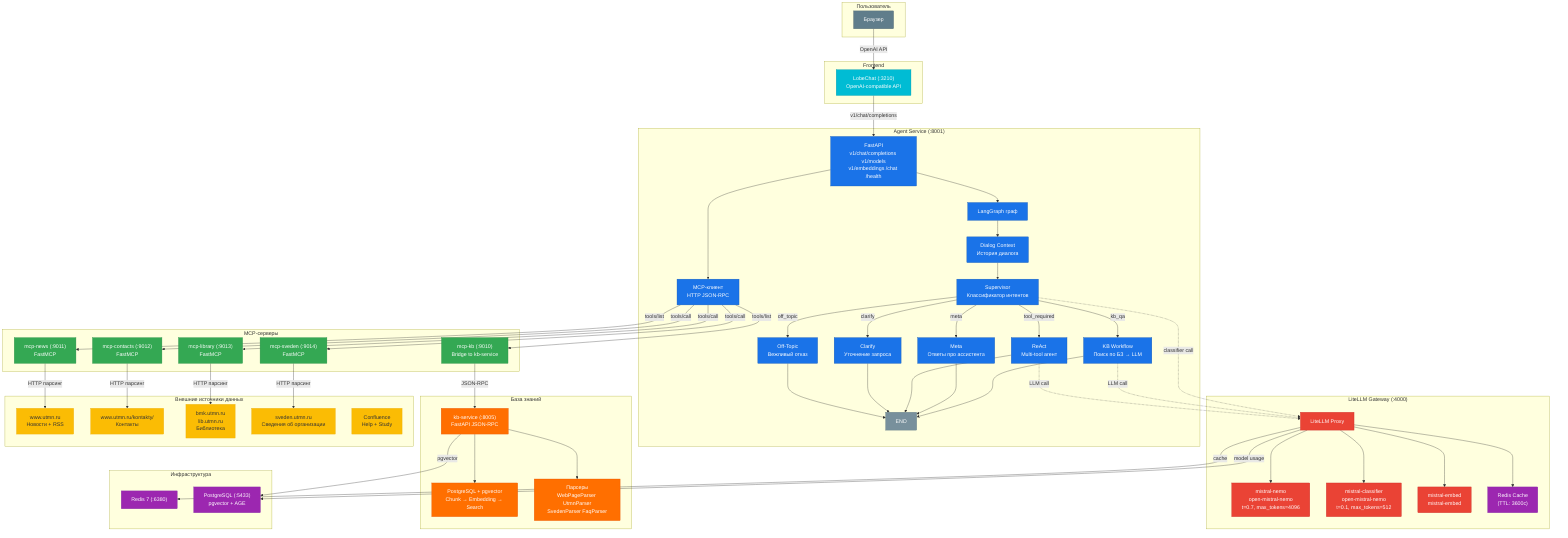
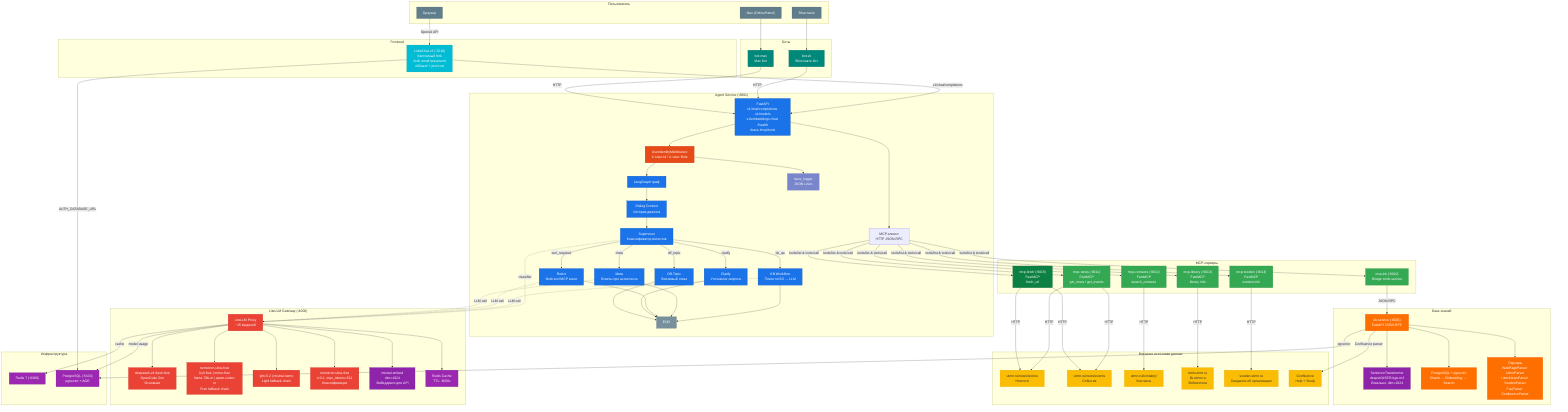
graph TB
    subgraph User["Пользователь"]
        Browser["Браузер"]
+         VK["ВКонтакте"]
+         MaxChat["Max (OnlinePatrol)"]
    end

    subgraph Frontend["Frontend"]
-         LobeChat["LobeChat (:3210)<br/>OpenAI-compatible API"]
+         LobeChat["LobeChat v3 (:3210)<br/>Кастомный fork<br/>Auth email+password<br/>#00aeef + pixel cat"]
    end

    subgraph AgentService["Agent Service (:8001)"]
-         FastAPI["FastAPI<br/>v1/chat/completions v1/models<br/>v1/embeddings /chat /health"]
+         FastAPI["FastAPI<br/>v1/chat/completions v1/models<br/>v1/embeddings /chat /health<br/>/trace /mcp/tools"]
+         MW["UserIdentityMiddleware<br/>X-User-Id / X-User-Role"]
        LangGraph["LangGraph граф"]
        Supervisor["Supervisor<br/>Классификатор интентов"]
        KB_Workflow["KB Workflow<br/>Поиск по БЗ → LLM"]
        Meta["Meta<br/>Ответы про ассистента"]
-         ReAct["ReAct<br/>Multi-tool агент"]
+         ReAct["ReAct<br/>Multi-tool MCP агент"]
        Clarify["Clarify<br/>Уточнение запроса"]
        OffTopic["Off-Topic<br/>Вежливый отказ"]
        MCP_Client["MCP-клиент<br/>HTTP JSON-RPC"]
        Dialog["Dialog Context<br/>История диалога"]
+         Traces["trace_logger<br/>JSON Lines"]

-         FastAPI --> LangGraph
+         FastAPI --> MW
+         MW --> LangGraph
+         MW --> Traces
        LangGraph --> Dialog
        Dialog --> Supervisor
        Supervisor -->|kb_qa| KB_Workflow
        Supervisor -->|meta| Meta
        Supervisor -->|tool_required| ReAct
        Supervisor -->|clarify| Clarify
        Supervisor -->|off_topic| OffTopic
        KB_Workflow --> END["END"]
        Meta --> END
        ReAct --> END
        Clarify --> END
        OffTopic --> END

        FastAPI --> MCP_Client
    end

    subgraph LLM["LiteLLM Gateway (:4000)"]
-         LiteLLM["LiteLLM Proxy"]
-         Model_Nemo["mistral-nemo<br/>open-mistral-nemo<br/>t=0.7, max_tokens=4096"]
-         Model_Classifier["mistral-classifier<br/>open-mistral-nemo<br/>t=0.1, max_tokens=512"]
-         Model_Embed["mistral-embed<br/>mistral-embed"]
-         Redis_Cache["Redis Cache<br/>(TTL: 3600с)"]
+         LiteLLM["LiteLLM Proxy<br/>~15 моделей"]
+         Primary["deepseek-v4-flash-free<br/>OpenCode Zen<br/>Основная"]
+         Fallback_Free["nemotron-ultra-free<br/>hy3-free | mimo-free<br/>llama-70b-or | qwen-coder-or<br/>Free fallback chain"]
+         Fallback_Light["glm-5.2 | mistral-nemo<br/>Light fallback chain"]
+         Classifier_LLM["nemotron-ultra-free<br/>t=0.1, max_tokens=512<br/>Классификация"]
+         Embed_LLM["mistral-embed<br/>dim=1024<br/>Эмбеддинги для API"]
+         Redis_Cache["Redis Cache<br/>TTL: 3600с"]

-         LiteLLM --> Model_Nemo
-         LiteLLM --> Model_Classifier
-         LiteLLM --> Model_Embed
+         LiteLLM --> Primary
+         LiteLLM --> Fallback_Free
+         LiteLLM --> Fallback_Light
+         LiteLLM --> Classifier_LLM
+         LiteLLM --> Embed_LLM
        LiteLLM --> Redis_Cache
    end

    subgraph KnowledgeBase["База знаний"]
        KB_Service["kb-service (:8005)<br/>FastAPI JSON-RPC"]
+         LocalEmbed["SentenceTransformer<br/>deepvk/USER-bge-m3<br/>Локально, dim=1024"]
        PGVector["PostgreSQL + pgvector<br/>Chunk → Embedding → Search"]
-         Parsers["Парсеры<br/>WebPageParser UtmnParser<br/>SvedenParser FaqParser"]
+         Parsers["Парсеры<br/>WebPageParser UtmnParser<br/>UtmnNewsParser SvedenParser<br/>FaqParser ConfluenceParser"]

+         KB_Service --> LocalEmbed
        KB_Service --> PGVector
        KB_Service --> Parsers
    end

    subgraph MCP_Servers["MCP-серверы"]
        MCP_KB["mcp-kb (:9010)<br/>Bridge to kb-service"]
-         MCP_News["mcp-news (:9011)<br/>FastMCP"]
-         MCP_Contacts["mcp-contacts (:9012)<br/>FastMCP"]
-         MCP_Library["mcp-library (:9013)<br/>FastMCP"]
-         MCP_Sveden["mcp-sveden (:9014)<br/>FastMCP"]
+         MCP_News["mcp-news (:9011)<br/>FastMCP<br/>get_news / get_events"]
+         MCP_Fetch["mcp-fetch (:9015)<br/>FastMCP<br/>fetch_url"]
+         MCP_Contacts["mcp-contacts (:9012)<br/>FastMCP<br/>search_contacts"]
+         MCP_Library["mcp-library (:9013)<br/>FastMCP<br/>library info"]
+         MCP_Sveden["mcp-sveden (:9014)<br/>FastMCP<br/>sveden info"]
    end

    subgraph External["Внешние источники данных"]
-         UTMN_News["www.utmn.ru<br/>Новости + RSS"]
-         UTMN_Contacts["www.utmn.ru/kontakty/<br/>Контакты"]
+         UTMN_News["utmn.ru/news/stories<br/>Новости"]
+         UTMN_Events["utmn.ru/news/events<br/>События"]
+         UTMN_Contacts["utmn.ru/kontakty/<br/>Контакты"]
        BMK["bmk.utmn.ru<br/>lib.utmn.ru<br/>Библиотека"]
        SVEDEN["sveden.utmn.ru<br/>Сведения об организации"]
        CONFLUENCE["Confluence<br/>Help + Study"]
    end

    subgraph Infrastructure["Инфраструктура"]
        Redis["Redis 7 (:6380)"]
        PG["PostgreSQL (:5433)<br/>pgvector + AGE"]
    end

-     %% Connections
+     subgraph Bots["Боты"]
+         BotVK["bot-vk<br/>ВКонтакте бот"]
+         BotMax["bot-max<br/>Max бот"]
+     end
+ 
+     %% Connections — Frontend
    Browser -->|"OpenAI API"| LobeChat
    LobeChat -->|v1/chat/completions| FastAPI
+     LobeChat -->|AUTH_DATABASE_URL| PG

-     Supervisor -.->|classifier call| LiteLLM
+     %% Connections — Bots
+     VK --> BotVK
+     MaxChat --> BotMax
+     BotVK -->|HTTP| FastAPI
+     BotMax -->|HTTP| FastAPI
+ 
+     %% Connections — LLM calls
+     Supervisor -.->|classifier| LiteLLM
    KB_Workflow -.->|LLM call| LiteLLM
    ReAct -.->|LLM call| LiteLLM
+     Meta -.->|LLM call| LiteLLM

-     MCP_Client -->|tools/list| MCP_KB
-     MCP_Client -->|tools/list| MCP_News
-     MCP_Client -->|tools/call| MCP_Contacts
-     MCP_Client -->|tools/call| MCP_Library
-     MCP_Client -->|tools/call| MCP_Sveden
+     %% Connections — MCP
+     MCP_Client -->|tools/list & tools/call| MCP_KB
+     MCP_Client -->|tools/list & tools/call| MCP_News
+     MCP_Client -->|tools/list & tools/call| MCP_Fetch
+     MCP_Client -->|tools/list & tools/call| MCP_Contacts
+     MCP_Client -->|tools/list & tools/call| MCP_Library
+     MCP_Client -->|tools/list & tools/call| MCP_Sveden

+     %% Connections — External data
    MCP_KB -->|JSON-RPC| KB_Service
-     MCP_News -->|HTTP парсинг| UTMN_News
-     MCP_Contacts -->|HTTP парсинг| UTMN_Contacts
-     MCP_Library -->|HTTP парсинг| BMK
-     MCP_Sveden -->|HTTP парсинг| SVEDEN
+     MCP_News -->|HTTP| UTMN_News
+     MCP_News -->|HTTP| UTMN_Events
+     MCP_Fetch -->|HTTP| UTMN_News
+     MCP_Fetch -->|HTTP| UTMN_Events
+     MCP_Contacts -->|HTTP| UTMN_Contacts
+     MCP_Library -->|HTTP| BMK
+     MCP_Sveden -->|HTTP| SVEDEN
+     KB_Service -->|Confluence parser| CONFLUENCE

+     %% Connections — Infra
    KB_Service -->|pgvector| PG
    LiteLLM -->|cache| Redis
    LiteLLM -->|model usage| PG

-     %% Стили
-     classDef service fill:#1a73e8,color:#fff,stroke:#1557b0
+     %% Стили — каждый компонент своим цветом
+     classDef frontend fill:#00bcd4,color:#fff,stroke:#0097a7
+     classDef agent fill:#1a73e8,color:#fff,stroke:#1557b0
+     classDef llm fill:#ea4335,color:#fff,stroke:#c5221f
+     classDef kb fill:#ff6f00,color:#fff,stroke:#e65100
+     classDef embedding fill:#8e24aa,color:#fff,stroke:#6a1b9a
    classDef mcp fill:#34a853,color:#fff,stroke:#2d8f47
-     classDef llm fill:#ea4335,color:#fff,stroke:#c5221f
+     classDef mcp_new fill:#0d8043,color:#fff,stroke:#095e31
    classDef external fill:#fbbc04,color:#333,stroke:#e8a800
    classDef infra fill:#9c27b0,color:#fff,stroke:#7b1fa2
    classDef user fill:#607d8b,color:#fff,stroke:#455a64
    classDef end_node fill:#78909c,color:#fff,stroke:#546e7a
-     classDef frontend fill:#00bcd4,color:#fff,stroke:#0097a7
-     classDef kb fill:#ff6f00,color:#fff,stroke:#e65100
+     classDef bots fill:#00897b,color:#fff,stroke:#00695c
+     classDef traces fill:#7986cb,color:#fff,stroke:#5c6bc0
+     classDef middleware fill:#e64a19,color:#fff,stroke:#bf360c
+     classDef auth fill:#d81b60,color:#fff,stroke:#880e4f

-     class FastAPI,LangGraph,Supervisor,KB_Workflow,Meta,ReAct,Clarify,OffTopic,MCP_Client,Dialog service
+     class LobeChat frontend
+     class FastAPI,LangGraph,Supervisor,KB_Workflow,Meta,ReAct,Clarify,OffTopic,Dialog agent
+     class MW middleware
+     class LiteLLM,Primary,Fallback_Free,Fallback_Light,Classifier_LLM llm
+     class Embed_LLM embedding
+     class KB_Service,Parsers,PGVector kb
+     class LocalEmbed embedding
    class MCP_KB,MCP_News,MCP_Contacts,MCP_Library,MCP_Sveden mcp
-     class LiteLLM,Model_Nemo,Model_Classifier,Model_Embed llm
-     class KB_Service,Parsers,PGVector kb
-     class UTMN_News,UTMN_Contacts,BMK,SVEDEN,CONFLUENCE external
+     class MCP_Fetch mcp_new
+     class UTMN_News,UTMN_Events,UTMN_Contacts,BMK,SVEDEN,CONFLUENCE external
    class Redis,Redis_Cache,PG infra
-     class Browser user
+     class Browser,VK,MaxChat user
    class END end_node
-     class LobeChat frontend
+     class BotVK,BotMax bots
+     class Traces traces
